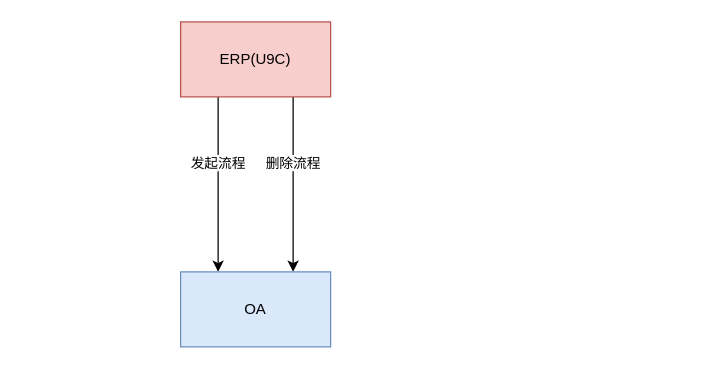
Earlier version of the draw.io diagram 标准采购单.drawio (pbm0802/GitIDEATest). Source tidied: cells renumbered, new cells numbered last; positions are measured from the earlier drawing's top-left corner, leaving out a move shared by most shapes. Both pictures are drawn from the tidied source at 125%, with x=0, y=0 at pixel (180, 21).
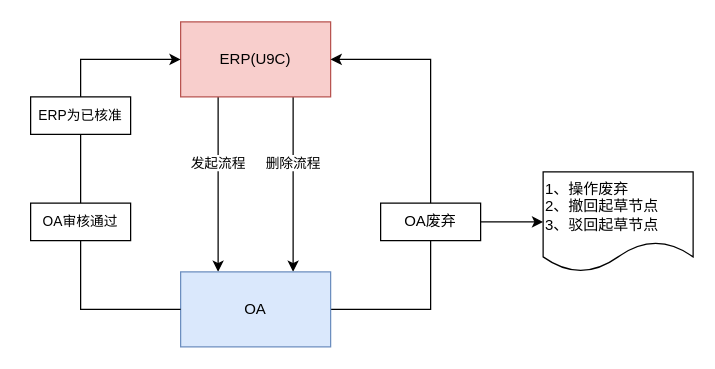
Above is the later version.

Commit message (it also covers changes not shown here):
更新标准采购单.drawio

The change refers to these unchanged cells:
```xml
<mxCell id="6" value="ERP(U9C)" style="rounded=0;whiteSpace=wrap;html=1;fillColor=#f8cecc;strokeColor=#b85450;" parent="1" vertex="1">
  <mxGeometry width="120" height="60" as="geometry" />
</mxCell>
<mxCell id="7" value="OA" style="rounded=0;whiteSpace=wrap;html=1;fillColor=#dae8fc;strokeColor=#6c8ebf;" parent="1" vertex="1">
  <mxGeometry y="200" width="120" height="60" as="geometry" />
</mxCell>
```

What changed in the source:
```diff
@@
+    <mxCell id="8" style="edgeStyle=orthogonalEdgeStyle;rounded=0;jettySize=auto;html=1;exitX=0;exitY=0.5;exitDx=0;exitDy=0;entryX=0;entryY=0.5;entryDx=0;entryDy=0;" parent="1" edge="1" source="13" target="6">
+      <mxGeometry relative="1" as="geometry">
+        <Array as="points">
+          <mxPoint x="-80" y="30" />
+        </Array>
+      </mxGeometry>
+    </mxCell>
+    <mxCell id="9" style="edgeStyle=orthogonalEdgeStyle;rounded=0;jettySize=auto;html=1;exitX=1;exitY=0.5;exitDx=0;exitDy=0;entryX=1;entryY=0.5;entryDx=0;entryDy=0;" parent="1" edge="1" source="7" target="6">
+      <mxGeometry relative="1" as="geometry">
+        <Array as="points">
+          <mxPoint x="200" y="230" />
+          <mxPoint x="200" y="30" />
+        </Array>
+      </mxGeometry>
+    </mxCell>
@@
+    <mxCell id="10" style="edgeStyle=orthogonalEdgeStyle;rounded=0;jettySize=auto;html=1;exitX=1;exitY=0.5;exitDx=0;exitDy=0;entryX=0;entryY=0.5;entryDx=0;entryDy=0;" parent="1" edge="1" source="11" target="15">
+      <mxGeometry relative="1" as="geometry" />
+    </mxCell>
+    <mxCell id="11" value="OA废弃" style="rounded=0;whiteSpace=wrap;html=1;" parent="1" vertex="1">
+      <mxGeometry x="160" y="145" width="80" height="30" as="geometry" />
+    </mxCell>
+    <mxCell id="12" style="edgeStyle=orthogonalEdgeStyle;rounded=0;jettySize=auto;html=1;exitX=0;exitY=0.5;exitDx=0;exitDy=0;entryX=0;entryY=0.5;entryDx=0;entryDy=0;" parent="1" edge="1" source="7" target="13">
+      <mxGeometry relative="1" as="geometry">
+        <Array as="points">
+          <mxPoint x="-80" y="230" />
+        </Array>
+      </mxGeometry>
+    </mxCell>
+    <mxCell id="13" value="&lt;span style=&quot;font-size: 11px; text-wrap: nowrap; background-color: rgb(255, 255, 255);&quot;&gt;ERP为已核准&lt;/span&gt;" style="rounded=0;whiteSpace=wrap;html=1;" parent="1" vertex="1">
+      <mxGeometry x="-120" y="60" width="80" height="30" as="geometry" />
+    </mxCell>
+    <mxCell id="14" value="&lt;span style=&quot;font-size: 11px; text-wrap: nowrap; background-color: rgb(255, 255, 255);&quot;&gt;OA审核通过&lt;/span&gt;" style="rounded=0;whiteSpace=wrap;html=1;" parent="1" vertex="1">
+      <mxGeometry x="-120" y="145" width="80" height="30" as="geometry" />
+    </mxCell>
+    <mxCell id="15" value="1、操作废弃&lt;div&gt;2、撤回起草节点&lt;/div&gt;&lt;div&gt;3、驳回起草节点&lt;/div&gt;" style="shape=document;whiteSpace=wrap;html=1;boundedLbl=1;align=left;" parent="1" vertex="1">
+      <mxGeometry x="290" y="120" width="120" height="80" as="geometry" />
+    </mxCell>
```
